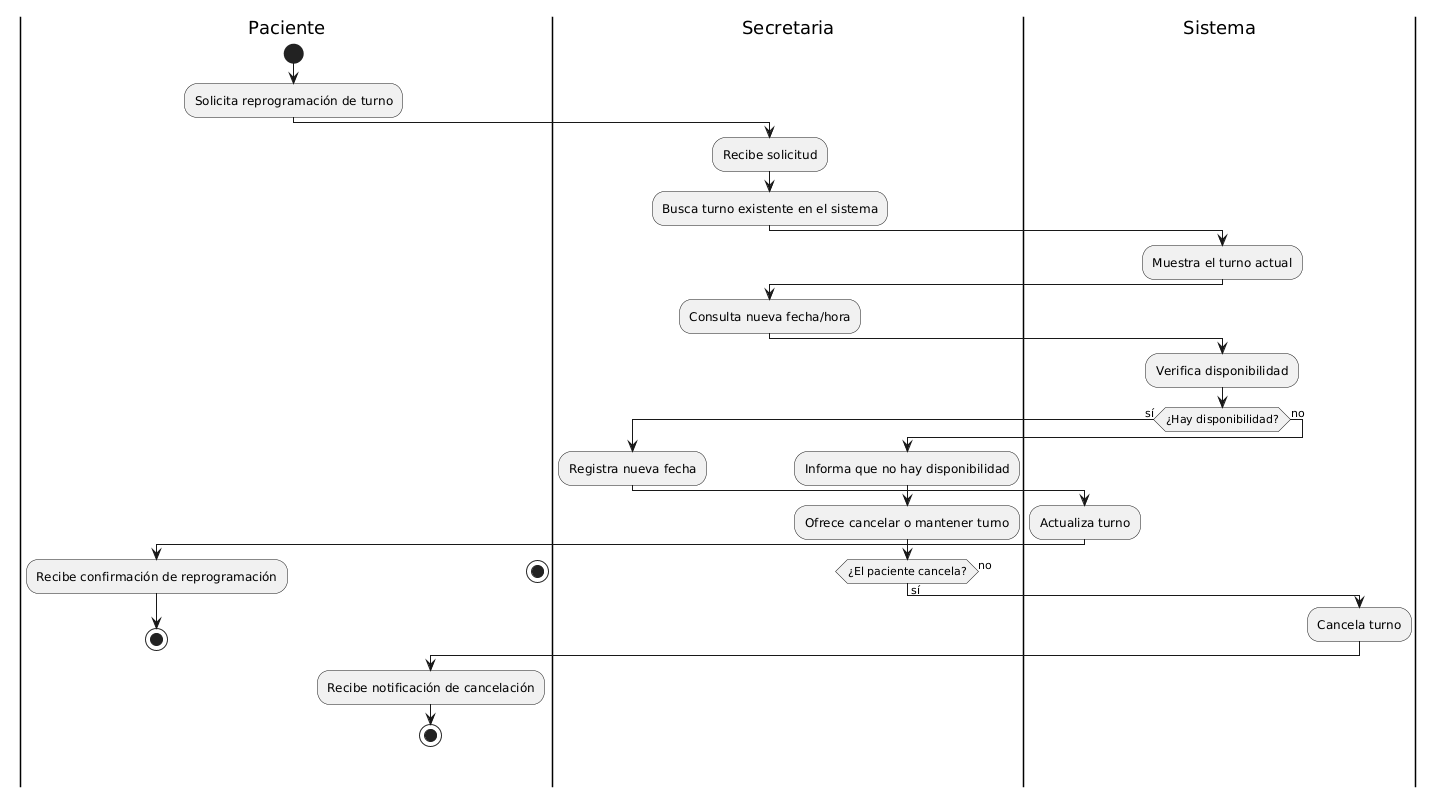
This is diagramas/04-diagramas-actividades/04-actividad-reprogramar-turno-existente-02.png from Purezaamor/SistemaTurnosMedicos, a PlantUML export, as it was before one commit. Source of this version:
```plantuml
@startuml
|Paciente|
start
:Solicita reprogramación de turno;

|Secretaria|
:Recibe solicitud;
:Busca turno existente en el sistema;

|Sistema|
:Muestra el turno actual;
|Secretaria|
:Consulta nueva fecha/hora;
|Sistema|
:Verifica disponibilidad;

if (¿Hay disponibilidad?) then (sí)
  |Secretaria|
  :Registra nueva fecha;
  |Sistema|
  :Actualiza turno;
  |Paciente|
  :Recibe confirmación de reprogramación;
  stop
else (no)
  |Secretaria|
  :Informa que no hay disponibilidad;
  :Ofrece cancelar o mantener turno;
  if (¿El paciente cancela?) then (sí)
    |Sistema|
    :Cancela turno;
    |Paciente|
    :Recibe notificación de cancelación;
    stop
  else (no)
    stop
  endif
endif
@enduml
```
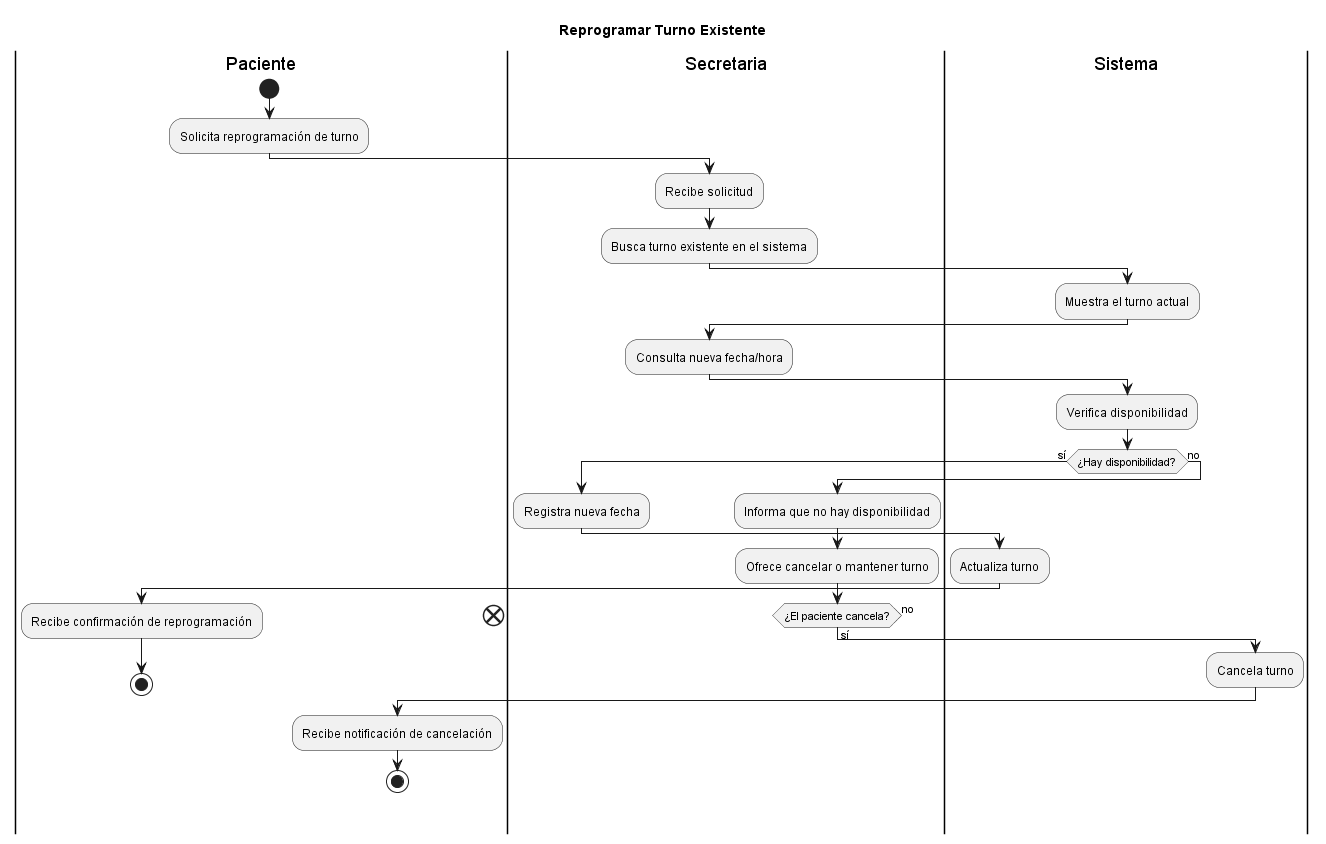
Above is the later version.

Commit message:
fix: corregir RC1, RC2, RC3 - titles y stop/end en diagramas de actividad

The edit, as a diff of the source:
```diff
@@ -1,4 +1,5 @@
 @startuml
+title "Reprogramar Turno Existente"
 |Paciente|
 start
 :Solicita reprogramación de turno;
@@ -33,7 +34,7 @@
     :Recibe notificación de cancelación;
     stop
   else (no)
-    stop
+    end
   endif
 endif
 @enduml
```
